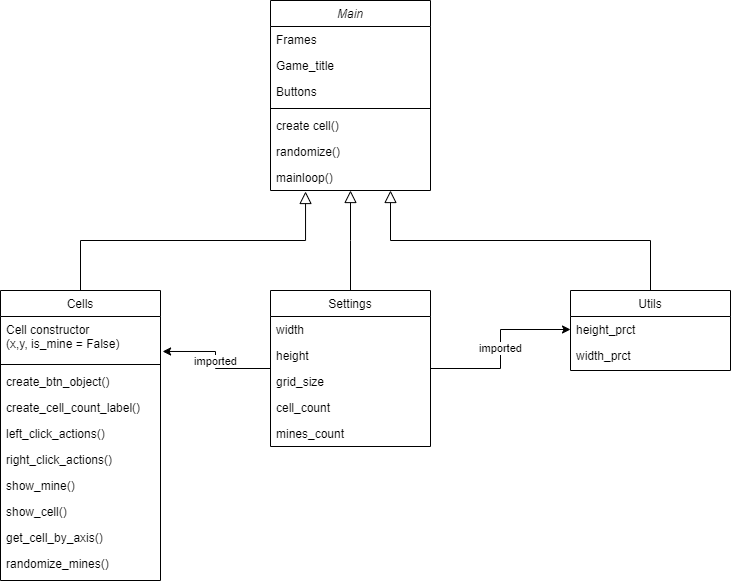
This is Minesweeper.drawio.png from DuyVu285/Minesweeper, a draw.io export, as it was before one commit. Source tidied: cells renumbered, new cells last; positions are measured from the earlier drawing's top-left corner, leaving out a move shared by most shapes.
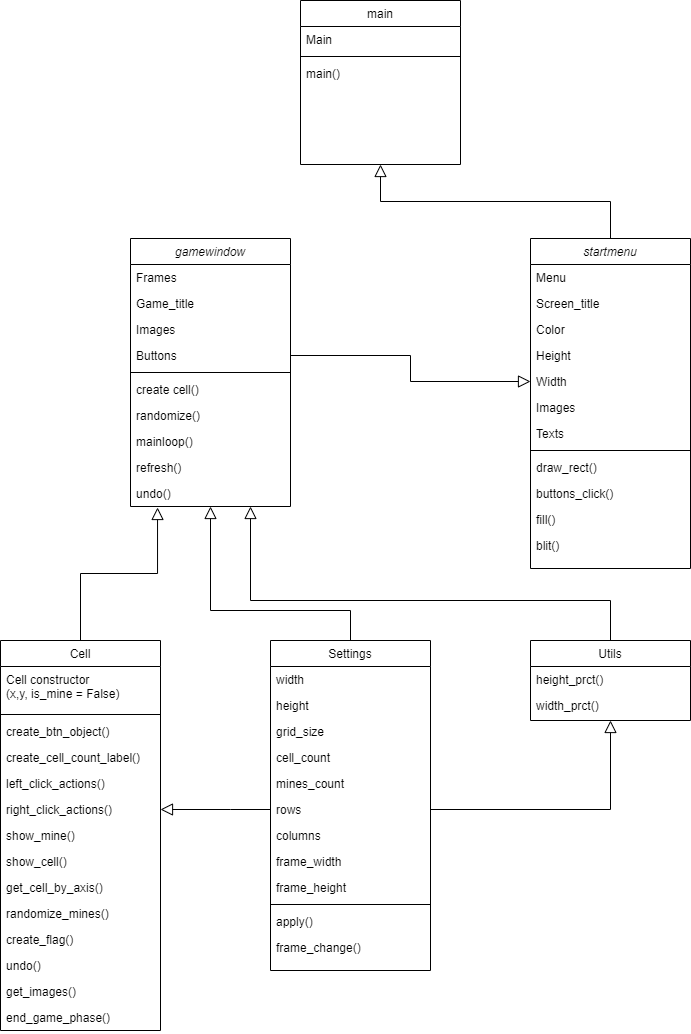
After the change.

What changed in the source:
```diff
@@ -2,8 +2,8 @@
   <root>
     <mxCell id="0" />
     <mxCell id="1" parent="0" />
-    <mxCell id="2" value="Main" style="swimlane;fontStyle=2;align=center;verticalAlign=top;horizontal=1;startSize=26;rounded=0;shadow=0;strokeWidth=1;" parent="1" vertex="1">
-      <mxGeometry x="270" width="160" height="190" as="geometry" />
+    <mxCell id="2" value="gamewindow" style="swimlane;fontStyle=2;align=center;verticalAlign=top;horizontal=1;startSize=26;rounded=0;shadow=0;strokeWidth=1;" parent="1" vertex="1">
+      <mxGeometry x="120" y="-22" width="160" height="268" as="geometry" />
     </mxCell>
     <mxCell id="3" value="Frames" style="text;align=left;verticalAlign=top;spacingLeft=4;spacingRight=4;overflow=hidden;" parent="2" vertex="1">
       <mxGeometry y="26" width="160" height="26" as="geometry" />
@@ -11,23 +11,32 @@
     <mxCell id="4" value="Game_title" style="text;align=left;verticalAlign=top;spacingLeft=4;spacingRight=4;overflow=hidden;rounded=0;shadow=0;html=0;" parent="2" vertex="1">
       <mxGeometry y="52" width="160" height="26" as="geometry" />
     </mxCell>
+    <mxCell id="35" value="Images" style="text;strokeColor=none;fillColor=none;align=left;verticalAlign=top;spacingLeft=4;spacingRight=4;overflow=hidden;" parent="2" vertex="1">
+      <mxGeometry y="78" width="160" height="26" as="geometry" />
+    </mxCell>
     <mxCell id="5" value="Buttons" style="text;align=left;verticalAlign=top;spacingLeft=4;spacingRight=4;overflow=hidden;points=[[0,0.5],[1,0.5]];portConstraint=eastwest;rounded=0;shadow=0;html=0;" parent="2" vertex="1">
-      <mxGeometry y="78" width="160" height="26" as="geometry" />
+      <mxGeometry y="104" width="160" height="26" as="geometry" />
     </mxCell>
     <mxCell id="6" style="line;html=1;strokeWidth=1;align=left;verticalAlign=middle;spacingTop=-1;spacingLeft=3;spacingRight=3;labelPosition=right;" parent="2" vertex="1">
-      <mxGeometry y="104" width="160" height="8" as="geometry" />
+      <mxGeometry y="130" width="160" height="8" as="geometry" />
     </mxCell>
     <mxCell id="7" value="create cell()" style="text;align=left;verticalAlign=top;spacingLeft=4;spacingRight=4;overflow=hidden;rounded=0;shadow=0;html=0;" parent="2" vertex="1">
-      <mxGeometry y="112" width="160" height="26" as="geometry" />
+      <mxGeometry y="138" width="160" height="26" as="geometry" />
     </mxCell>
     <mxCell id="8" value="randomize()" style="text;strokeColor=none;fillColor=none;align=left;verticalAlign=top;spacingLeft=4;spacingRight=4;overflow=hidden;" parent="2" vertex="1">
-      <mxGeometry y="138" width="160" height="26" as="geometry" />
+      <mxGeometry y="164" width="160" height="26" as="geometry" />
     </mxCell>
     <mxCell id="9" value="mainloop()" style="text;strokeColor=none;fillColor=none;align=left;verticalAlign=top;spacingLeft=4;spacingRight=4;overflow=hidden;points=[[0,0.5],[1,0.5]];portConstraint=eastwest;" parent="2" vertex="1">
-      <mxGeometry y="164" width="160" height="26" as="geometry" />
+      <mxGeometry y="190" width="160" height="26" as="geometry" />
     </mxCell>
+    <mxCell id="36" value="refresh()" style="text;strokeColor=none;fillColor=none;align=left;verticalAlign=top;spacingLeft=4;spacingRight=4;overflow=hidden;" parent="2" vertex="1">
+      <mxGeometry y="216" width="160" height="26" as="geometry" />
+    </mxCell>
+    <mxCell id="37" value="undo()" style="text;strokeColor=none;fillColor=none;align=left;verticalAlign=top;spacingLeft=4;spacingRight=4;overflow=hidden;points=[[0,0.5],[1,0.5]];portConstraint=eastwest;" parent="2" vertex="1">
+      <mxGeometry y="242" width="160" height="26" as="geometry" />
+    </mxCell>
-    <mxCell id="10" value="Cells" style="swimlane;fontStyle=0;align=center;verticalAlign=top;horizontal=1;startSize=26;rounded=0;shadow=0;strokeWidth=1;" parent="1" vertex="1">
-      <mxGeometry y="290" width="160" height="290" as="geometry" />
+    <mxCell id="10" value="Cell" style="swimlane;fontStyle=0;align=center;verticalAlign=top;horizontal=1;startSize=26;rounded=0;shadow=0;strokeWidth=1;" parent="1" vertex="1">
+      <mxGeometry x="-10" y="380" width="160" height="390" as="geometry" />
     </mxCell>
     <mxCell id="11" value="Cell constructor&#10;(x,y, is_mine = False)" style="text;align=left;verticalAlign=top;spacingLeft=4;spacingRight=4;overflow=hidden;points=[[0,0.5],[1,0.5]];portConstraint=eastwest;" parent="10" vertex="1">
       <mxGeometry y="26" width="160" height="44" as="geometry" />
@@ -59,17 +68,23 @@
     <mxCell id="20" value="randomize_mines()" style="text;strokeColor=none;fillColor=none;align=left;verticalAlign=top;spacingLeft=4;spacingRight=4;overflow=hidden;" parent="10" vertex="1">
       <mxGeometry y="260" width="160" height="26" as="geometry" />
     </mxCell>
+    <mxCell id="38" value="create_flag()" style="text;strokeColor=none;fillColor=none;align=left;verticalAlign=top;spacingLeft=4;spacingRight=4;overflow=hidden;" parent="10" vertex="1">
+      <mxGeometry y="286" width="160" height="26" as="geometry" />
+    </mxCell>
+    <mxCell id="39" value="undo()" style="text;strokeColor=none;fillColor=none;align=left;verticalAlign=top;spacingLeft=4;spacingRight=4;overflow=hidden;" parent="10" vertex="1">
+      <mxGeometry y="312" width="160" height="26" as="geometry" />
+    </mxCell>
+    <mxCell id="40" value="get_images()" style="text;strokeColor=none;fillColor=none;align=left;verticalAlign=top;spacingLeft=4;spacingRight=4;overflow=hidden;" parent="10" vertex="1">
+      <mxGeometry y="338" width="160" height="26" as="geometry" />
+    </mxCell>
+    <mxCell id="41" value="end_game_phase()" style="text;strokeColor=none;fillColor=none;align=left;verticalAlign=top;spacingLeft=4;spacingRight=4;overflow=hidden;" parent="10" vertex="1">
+      <mxGeometry y="364" width="160" height="26" as="geometry" />
+    </mxCell>
-    <mxCell id="21" style="endArrow=block;endSize=10;endFill=0;shadow=0;strokeWidth=1;rounded=0;edgeStyle=elbowEdgeStyle;elbow=vertical;entryX=0.219;entryY=1.038;entryDx=0;entryDy=0;entryPerimeter=0;" parent="1" edge="1" source="10" target="9">
+    <mxCell id="21" style="endArrow=block;endSize=10;endFill=0;shadow=0;strokeWidth=1;rounded=0;edgeStyle=elbowEdgeStyle;elbow=vertical;entryX=0.169;entryY=1.038;entryDx=0;entryDy=0;entryPerimeter=0;" parent="1" edge="1" source="10" target="37">
       <mxGeometry relative="1" as="geometry" />
     </mxCell>
-    <mxCell id="22" value="imported" style="edgeStyle=orthogonalEdgeStyle;rounded=0;jettySize=auto;html=1;entryX=1.013;entryY=0.795;entryDx=0;entryDy=0;entryPerimeter=0;" parent="1" edge="1" source="24" target="11">
-      <mxGeometry relative="1" as="geometry" />
-    </mxCell>
-    <mxCell id="23" value="imported" style="edgeStyle=orthogonalEdgeStyle;rounded=0;jettySize=auto;html=1;entryX=0;entryY=0.5;entryDx=0;entryDy=0;" parent="1" edge="1" source="24" target="32">
-      <mxGeometry relative="1" as="geometry" />
-    </mxCell>
     <mxCell id="24" value="Settings" style="swimlane;fontStyle=0;align=center;verticalAlign=top;horizontal=1;startSize=26;rounded=0;shadow=0;strokeWidth=1;" parent="1" vertex="1">
-      <mxGeometry x="270" y="290" width="160" height="156" as="geometry" />
+      <mxGeometry x="260" y="380" width="160" height="330" as="geometry" />
     </mxCell>
     <mxCell id="25" value="width" style="text;align=left;verticalAlign=top;spacingLeft=4;spacingRight=4;overflow=hidden;" parent="24" vertex="1">
       <mxGeometry y="26" width="160" height="26" as="geometry" />
@@ -86,20 +101,120 @@
     <mxCell id="29" value="mines_count" style="text;strokeColor=none;fillColor=none;align=left;verticalAlign=top;spacingLeft=4;spacingRight=4;overflow=hidden;" parent="24" vertex="1">
       <mxGeometry y="130" width="160" height="26" as="geometry" />
     </mxCell>
+    <mxCell id="42" value="rows" style="text;strokeColor=none;fillColor=none;align=left;verticalAlign=top;spacingLeft=4;spacingRight=4;overflow=hidden;points=[[0,0.5],[1,0.5]];portConstraint=eastwest;" parent="24" vertex="1">
+      <mxGeometry y="156" width="160" height="26" as="geometry" />
+    </mxCell>
+    <mxCell id="43" value="columns" style="text;strokeColor=none;fillColor=none;align=left;verticalAlign=top;spacingLeft=4;spacingRight=4;overflow=hidden;" parent="24" vertex="1">
+      <mxGeometry y="182" width="160" height="26" as="geometry" />
+    </mxCell>
+    <mxCell id="44" value="frame_width" style="text;strokeColor=none;fillColor=none;align=left;verticalAlign=top;spacingLeft=4;spacingRight=4;overflow=hidden;" parent="24" vertex="1">
+      <mxGeometry y="208" width="160" height="26" as="geometry" />
+    </mxCell>
+    <mxCell id="45" value="frame_height" style="text;strokeColor=none;fillColor=none;align=left;verticalAlign=top;spacingLeft=4;spacingRight=4;overflow=hidden;" parent="24" vertex="1">
+      <mxGeometry y="234" width="160" height="26" as="geometry" />
+    </mxCell>
+    <mxCell id="46" style="line;html=1;strokeWidth=1;align=left;verticalAlign=middle;spacingTop=-1;spacingLeft=3;spacingRight=3;labelPosition=right;" parent="24" vertex="1">
+      <mxGeometry y="260" width="160" height="8" as="geometry" />
+    </mxCell>
+    <mxCell id="47" value="apply()" style="text;strokeColor=none;fillColor=none;align=left;verticalAlign=top;spacingLeft=4;spacingRight=4;overflow=hidden;" parent="24" vertex="1">
+      <mxGeometry y="268" width="160" height="26" as="geometry" />
+    </mxCell>
+    <mxCell id="48" value="frame_change()" style="text;strokeColor=none;fillColor=none;align=left;verticalAlign=top;spacingLeft=4;spacingRight=4;overflow=hidden;" parent="24" vertex="1">
+      <mxGeometry y="294" width="160" height="26" as="geometry" />
+    </mxCell>
     <mxCell id="30" style="endArrow=block;endSize=10;endFill=0;shadow=0;strokeWidth=1;rounded=0;edgeStyle=elbowEdgeStyle;elbow=vertical;" parent="1" edge="1" source="24" target="2">
-      <mxGeometry relative="1" as="geometry" />
+      <mxGeometry relative="1" as="geometry">
+        <Array as="points">
+          <mxPoint x="200" y="350" />
+        </Array>
+      </mxGeometry>
     </mxCell>
     <mxCell id="31" value="Utils" style="swimlane;fontStyle=0;align=center;verticalAlign=top;horizontal=1;startSize=26;rounded=0;shadow=0;strokeWidth=1;" parent="1" vertex="1">
-      <mxGeometry x="570" y="290" width="160" height="80" as="geometry" />
+      <mxGeometry x="520" y="380" width="160" height="80" as="geometry" />
     </mxCell>
-    <mxCell id="32" value="height_prct" style="text;strokeColor=none;fillColor=none;align=left;verticalAlign=top;spacingLeft=4;spacingRight=4;overflow=hidden;points=[[0,0.5],[1,0.5]];portConstraint=eastwest;" parent="31" vertex="1">
+    <mxCell id="32" value="height_prct()" style="text;strokeColor=none;fillColor=none;align=left;verticalAlign=top;spacingLeft=4;spacingRight=4;overflow=hidden;points=[[0,0.5],[1,0.5]];portConstraint=eastwest;" parent="31" vertex="1">
       <mxGeometry y="26" width="160" height="26" as="geometry" />
     </mxCell>
-    <mxCell id="33" value="width_prct" style="text;strokeColor=none;fillColor=none;align=left;verticalAlign=top;spacingLeft=4;spacingRight=4;overflow=hidden;" parent="31" vertex="1">
+    <mxCell id="33" value="width_prct()" style="text;strokeColor=none;fillColor=none;align=left;verticalAlign=top;spacingLeft=4;spacingRight=4;overflow=hidden;" parent="31" vertex="1">
       <mxGeometry y="52" width="160" height="26" as="geometry" />
     </mxCell>
     <mxCell id="34" style="endArrow=block;endSize=10;endFill=0;shadow=0;strokeWidth=1;rounded=0;edgeStyle=elbowEdgeStyle;elbow=vertical;exitX=0.5;exitY=0;exitDx=0;exitDy=0;entryX=0.75;entryY=1;entryDx=0;entryDy=0;" parent="1" edge="1" source="31" target="2">
-      <mxGeometry relative="1" as="geometry" />
+      <mxGeometry relative="1" as="geometry">
+        <Array as="points">
+          <mxPoint x="420" y="340" />
+        </Array>
+      </mxGeometry>
     </mxCell>
+    <mxCell id="49" value="main" style="swimlane;fontStyle=0;align=center;verticalAlign=top;horizontal=1;startSize=26;rounded=0;shadow=0;strokeWidth=1;" parent="1" vertex="1">
+      <mxGeometry x="290" y="-260" width="160" height="164" as="geometry" />
+    </mxCell>
+    <mxCell id="50" value="Main" style="text;align=left;verticalAlign=top;spacingLeft=4;spacingRight=4;overflow=hidden;" parent="49" vertex="1">
+      <mxGeometry y="26" width="160" height="26" as="geometry" />
+    </mxCell>
+    <mxCell id="51" style="line;html=1;strokeWidth=1;align=left;verticalAlign=middle;spacingTop=-1;spacingLeft=3;spacingRight=3;labelPosition=right;" parent="49" vertex="1">
+      <mxGeometry y="52" width="160" height="8" as="geometry" />
+    </mxCell>
+    <mxCell id="52" value="main()" style="text;strokeColor=none;fillColor=none;align=left;verticalAlign=top;spacingLeft=4;spacingRight=4;overflow=hidden;" parent="49" vertex="1">
+      <mxGeometry y="60" width="160" height="26" as="geometry" />
+    </mxCell>
+    <mxCell id="53" value="startmenu" style="swimlane;fontStyle=2;align=center;verticalAlign=top;horizontal=1;startSize=26;rounded=0;shadow=0;strokeWidth=1;" parent="1" vertex="1">
+      <mxGeometry x="520" y="-22" width="160" height="330" as="geometry" />
+    </mxCell>
+    <mxCell id="54" value="Menu" style="text;align=left;verticalAlign=top;spacingLeft=4;spacingRight=4;overflow=hidden;" parent="53" vertex="1">
+      <mxGeometry y="26" width="160" height="26" as="geometry" />
+    </mxCell>
+    <mxCell id="55" value="Screen_title" style="text;align=left;verticalAlign=top;spacingLeft=4;spacingRight=4;overflow=hidden;rounded=0;shadow=0;html=0;" parent="53" vertex="1">
+      <mxGeometry y="52" width="160" height="26" as="geometry" />
+    </mxCell>
+    <mxCell id="56" value="Color" style="text;strokeColor=none;fillColor=none;align=left;verticalAlign=top;spacingLeft=4;spacingRight=4;overflow=hidden;" parent="53" vertex="1">
+      <mxGeometry y="78" width="160" height="26" as="geometry" />
+    </mxCell>
+    <mxCell id="57" value="Height" style="text;strokeColor=none;fillColor=none;align=left;verticalAlign=top;spacingLeft=4;spacingRight=4;overflow=hidden;" parent="53" vertex="1">
+      <mxGeometry y="104" width="160" height="26" as="geometry" />
+    </mxCell>
+    <mxCell id="58" value="Width" style="text;align=left;verticalAlign=top;spacingLeft=4;spacingRight=4;overflow=hidden;points=[[0,0.5],[1,0.5]];portConstraint=eastwest;rounded=0;shadow=0;html=0;" parent="53" vertex="1">
+      <mxGeometry y="130" width="160" height="26" as="geometry" />
+    </mxCell>
+    <mxCell id="59" value="Images" style="text;strokeColor=none;fillColor=none;align=left;verticalAlign=top;spacingLeft=4;spacingRight=4;overflow=hidden;" parent="53" vertex="1">
+      <mxGeometry y="156" width="160" height="26" as="geometry" />
+    </mxCell>
+    <mxCell id="60" value="Texts" style="text;strokeColor=none;fillColor=none;align=left;verticalAlign=top;spacingLeft=4;spacingRight=4;overflow=hidden;" parent="53" vertex="1">
+      <mxGeometry y="182" width="160" height="26" as="geometry" />
+    </mxCell>
+    <mxCell id="61" style="line;html=1;strokeWidth=1;align=left;verticalAlign=middle;spacingTop=-1;spacingLeft=3;spacingRight=3;labelPosition=right;" parent="53" vertex="1">
+      <mxGeometry y="208" width="160" height="8" as="geometry" />
+    </mxCell>
+    <mxCell id="62" value="draw_rect()" style="text;align=left;verticalAlign=top;spacingLeft=4;spacingRight=4;overflow=hidden;rounded=0;shadow=0;html=0;" parent="53" vertex="1">
+      <mxGeometry y="216" width="160" height="26" as="geometry" />
+    </mxCell>
+    <mxCell id="63" value="buttons_click()" style="text;align=left;verticalAlign=top;spacingLeft=4;spacingRight=4;overflow=hidden;rounded=0;shadow=0;html=0;" parent="53" vertex="1">
+      <mxGeometry y="242" width="160" height="26" as="geometry" />
+    </mxCell>
+    <mxCell id="64" value="fill()" style="text;strokeColor=none;fillColor=none;align=left;verticalAlign=top;spacingLeft=4;spacingRight=4;overflow=hidden;" parent="53" vertex="1">
+      <mxGeometry y="268" width="160" height="26" as="geometry" />
+    </mxCell>
+    <mxCell id="65" value="blit()" style="text;strokeColor=none;fillColor=none;align=left;verticalAlign=top;spacingLeft=4;spacingRight=4;overflow=hidden;" parent="53" vertex="1">
+      <mxGeometry y="294" width="160" height="26" as="geometry" />
+    </mxCell>
+    <mxCell id="66" style="endArrow=block;endSize=10;endFill=0;shadow=0;strokeWidth=1;rounded=0;edgeStyle=elbowEdgeStyle;elbow=vertical;exitX=0.5;exitY=0;exitDx=0;exitDy=0;entryX=0.5;entryY=1;entryDx=0;entryDy=0;" parent="1" edge="1" source="53" target="49">
+      <mxGeometry relative="1" as="geometry" />
+    </mxCell>
+    <mxCell id="67" style="endArrow=block;endSize=10;endFill=0;shadow=0;strokeWidth=1;rounded=0;edgeStyle=elbowEdgeStyle;elbow=vertical;exitX=1;exitY=0.5;exitDx=0;exitDy=0;entryX=0;entryY=0.5;entryDx=0;entryDy=0;" parent="1" edge="1" source="5" target="58">
+      <mxGeometry relative="1" as="geometry" />
+    </mxCell>
+    <mxCell id="68" style="endArrow=block;endSize=10;endFill=0;shadow=0;strokeWidth=1;rounded=0;edgeStyle=elbowEdgeStyle;elbow=vertical;exitX=1;exitY=0.5;exitDx=0;exitDy=0;entryX=0.5;entryY=1;entryDx=0;entryDy=0;" parent="1" edge="1" source="42" target="31">
+      <mxGeometry relative="1" as="geometry">
+        <Array as="points">
+          <mxPoint x="520" y="549" />
+        </Array>
+      </mxGeometry>
+    </mxCell>
+    <mxCell id="69" style="endArrow=block;endSize=10;endFill=0;shadow=0;strokeWidth=1;rounded=0;edgeStyle=elbowEdgeStyle;elbow=vertical;exitX=0;exitY=0.5;exitDx=0;exitDy=0;entryX=1;entryY=0.5;entryDx=0;entryDy=0;" parent="1" edge="1" source="42" target="16">
+      <mxGeometry relative="1" as="geometry">
+        <Array as="points">
+          <mxPoint x="220" y="549" />
+        </Array>
+      </mxGeometry>
+    </mxCell>
   </root>
 </mxGraphModel>
```
